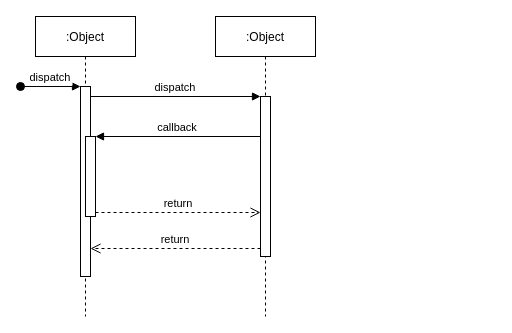
The draw.io diagram assets/sequence_login_payment.drawio in Bruno-Macedo/Soft.Arch, before the edit. Source tidied: cells renumbered, new cells numbered last; positions are measured from the earlier drawing's top-left corner, leaving out a move shared by most shapes. Both pictures are drawn from the tidied source at 100%, with x=0, y=0 at pixel (20, 16).
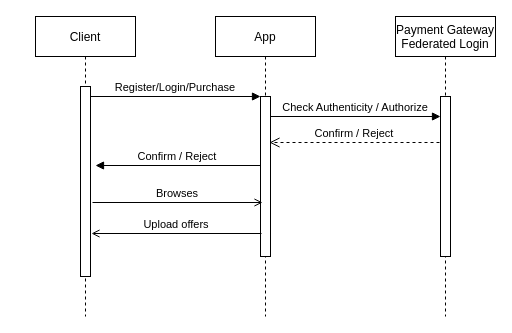
After the change.

The edit, as a diff of the source:
```diff
@@
 <mxGraphModel>
   <root>
     <mxCell id="0" />
     <mxCell id="1" parent="0" />
-    <mxCell id="2" value=":Object" style="shape=umlLifeline;perimeter=lifelinePerimeter;rounded=0;shadow=0;strokeWidth=1;" parent="1" vertex="1">
+    <mxCell id="2" value="Client" style="shape=umlLifeline;perimeter=lifelinePerimeter;rounded=0;shadow=0;strokeWidth=1;" parent="1" vertex="1">
       <mxGeometry x="15" width="100" height="300" as="geometry" />
     </mxCell>
     <mxCell id="3" style="points=[];perimeter=orthogonalPerimeter;rounded=0;shadow=0;strokeWidth=1;" parent="2" vertex="1">
       <mxGeometry x="45" y="70" width="10" height="190" as="geometry" />
     </mxCell>
-    <mxCell id="4" value="dispatch" style="verticalAlign=bottom;startArrow=oval;endArrow=block;startSize=8;shadow=0;strokeWidth=1;" parent="2" edge="1" target="3">
-      <mxGeometry relative="1" as="geometry">
-        <mxPoint x="-15" y="70" as="sourcePoint" />
-      </mxGeometry>
-    </mxCell>
-    <mxCell id="5" style="points=[];perimeter=orthogonalPerimeter;rounded=0;shadow=0;strokeWidth=1;" parent="2" vertex="1">
-      <mxGeometry x="50" y="120" width="10" height="80" as="geometry" />
-    </mxCell>
-    <mxCell id="6" value=":Object" style="shape=umlLifeline;perimeter=lifelinePerimeter;rounded=0;shadow=0;strokeWidth=1;" parent="1" vertex="1">
+    <mxCell id="6" value="App" style="shape=umlLifeline;perimeter=lifelinePerimeter;rounded=0;shadow=0;strokeWidth=1;" parent="1" vertex="1">
       <mxGeometry x="195" width="100" height="300" as="geometry" />
     </mxCell>
     <mxCell id="7" style="points=[];perimeter=orthogonalPerimeter;rounded=0;shadow=0;strokeWidth=1;" parent="6" vertex="1">
       <mxGeometry x="45" y="80" width="10" height="160" as="geometry" />
     </mxCell>
-    <mxCell id="8" value="return" style="verticalAlign=bottom;endArrow=open;dashed=1;endSize=8;exitX=0;exitY=0.95;shadow=0;strokeWidth=1;" parent="1" edge="1" source="7" target="3">
-      <mxGeometry relative="1" as="geometry" />
-    </mxCell>
-    <mxCell id="9" value="dispatch" style="verticalAlign=bottom;endArrow=block;entryX=0;entryY=0;shadow=0;strokeWidth=1;" parent="1" edge="1" source="3" target="7">
+    <mxCell id="9" value="Register/Login/Purchase" style="verticalAlign=bottom;endArrow=block;entryX=0;entryY=0;shadow=0;strokeWidth=1;" parent="1" edge="1" source="3" target="7">
       <mxGeometry relative="1" as="geometry" />
     </mxCell>
-    <mxCell id="10" value="callback" style="verticalAlign=bottom;endArrow=block;entryX=1;entryY=0;shadow=0;strokeWidth=1;" parent="1" edge="1" source="7" target="5">
-      <mxGeometry relative="1" as="geometry" />
+    <mxCell id="10" value="Confirm / Reject" style="verticalAlign=bottom;endArrow=block;entryX=1;entryY=0;shadow=0;strokeWidth=1;" parent="1" edge="1">
+      <mxGeometry relative="1" as="geometry">
+        <mxPoint x="240" y="149" as="sourcePoint" />
+        <mxPoint x="75" y="149" as="targetPoint" />
+      </mxGeometry>
     </mxCell>
-    <mxCell id="11" value="return" style="verticalAlign=bottom;endArrow=open;dashed=1;endSize=8;exitX=1;exitY=0.95;shadow=0;strokeWidth=1;" parent="1" edge="1" source="5" target="7">
-      <mxGeometry relative="1" as="geometry" />
-    </mxCell>
+    <mxCell id="12" value="Payment Gateway&#10;Federated Login" style="shape=umlLifeline;perimeter=lifelinePerimeter;rounded=0;shadow=0;strokeWidth=1;" parent="1" vertex="1">
+      <mxGeometry x="375" width="100" height="300" as="geometry" />
+    </mxCell>
+    <mxCell id="13" style="perimeter=orthogonalPerimeter;rounded=0;shadow=0;strokeWidth=1;" parent="12" vertex="1">
+      <mxGeometry x="45" y="80" width="10" height="160" as="geometry" />
+    </mxCell>
+    <mxCell id="14" value="Check Authenticity / Authorize" style="verticalAlign=bottom;endArrow=block;entryX=0;entryY=0;shadow=0;strokeWidth=1;" parent="1" edge="1">
+      <mxGeometry relative="1" as="geometry">
+        <mxPoint x="250" y="100" as="sourcePoint" />
+        <mxPoint x="420" y="100" as="targetPoint" />
+      </mxGeometry>
+    </mxCell>
+    <mxCell id="15" value="Confirm / Reject" style="verticalAlign=bottom;endArrow=open;dashed=1;endSize=8;exitX=0;exitY=0.95;shadow=0;strokeWidth=1;" parent="1" edge="1">
+      <mxGeometry relative="1" as="geometry">
+        <mxPoint x="419" y="126" as="sourcePoint" />
+        <mxPoint x="249" y="126" as="targetPoint" />
+      </mxGeometry>
+    </mxCell>
+    <mxCell id="16" value="Browses" style="verticalAlign=bottom;endArrow=open;entryX=0;entryY=0;shadow=0;strokeWidth=1;endFill=0;" parent="1" edge="1">
+      <mxGeometry relative="1" as="geometry">
+        <mxPoint x="72" y="186" as="sourcePoint" />
+        <mxPoint x="242" y="186" as="targetPoint" />
+      </mxGeometry>
+    </mxCell>
+    <mxCell id="17" value="Upload offers" style="verticalAlign=bottom;endArrow=none;entryX=0;entryY=0;shadow=0;strokeWidth=1;endFill=0;startArrow=open;startFill=0;" parent="1" edge="1">
+      <mxGeometry relative="1" as="geometry">
+        <mxPoint x="71" y="217" as="sourcePoint" />
+        <mxPoint x="241" y="217" as="targetPoint" />
+      </mxGeometry>
+    </mxCell>
   </root>
 </mxGraphModel>
```
